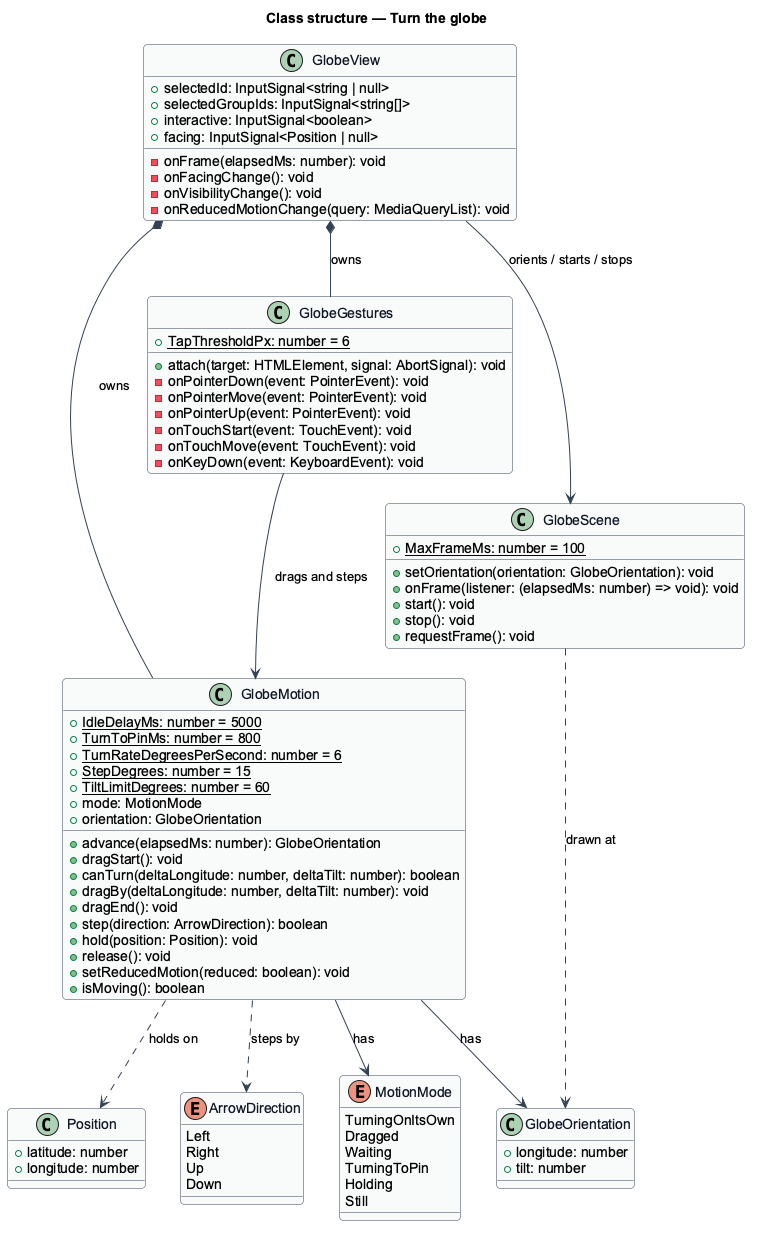
QuinntyneBrown/Mondino keeps this PlantUML diagram as docs/detailed-designs/globe/turn-globe/diagrams/class-structure.png. Above is the earlier version.
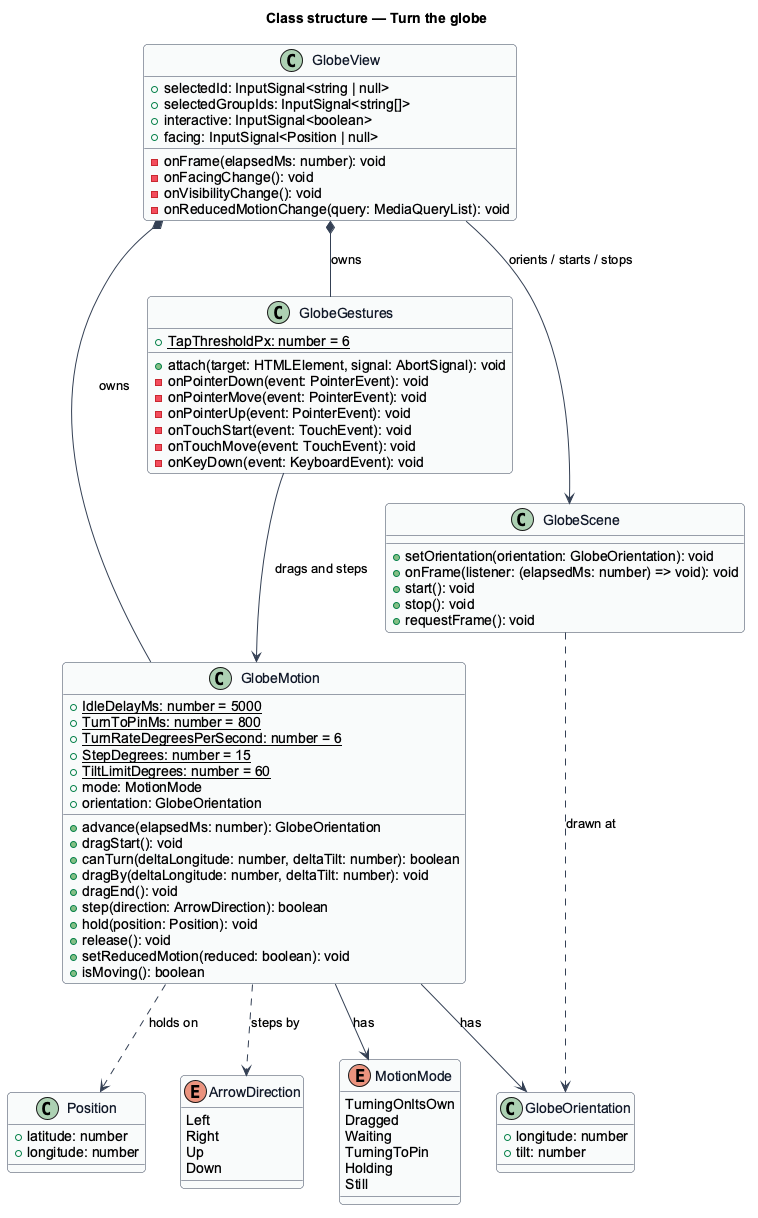
Above is the later version.

Change to the diagram source:
```diff
@@ -75,7 +75,6 @@
 }
 
 class GlobeScene {
-  {static} +MaxFrameMs: number = 100
   +setOrientation(orientation: GlobeOrientation): void
   +onFrame(listener: (elapsedMs: number) => void): void
   +start(): void
```
